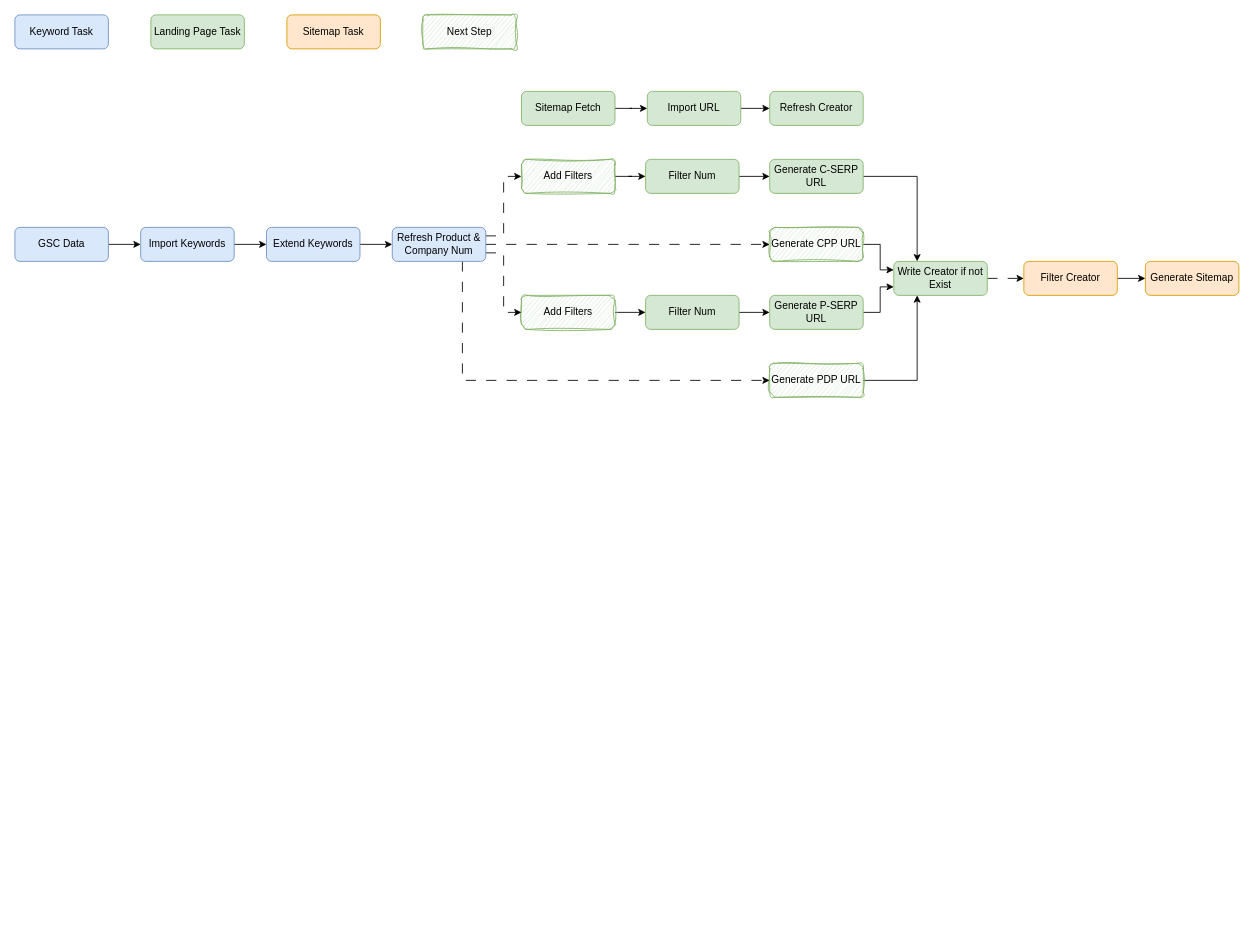
Above: drawio/ep_sitemap.drawio in VisableHarry/seo-drawio (draw.io), before the change. Source tidied: cells renumbered, new cells numbered last; positions are measured from the earlier drawing's top-left corner, leaving out a move shared by most shapes. Both pictures are drawn from the tidied source at 85%, with x=0, y=0 at pixel (14, 14).
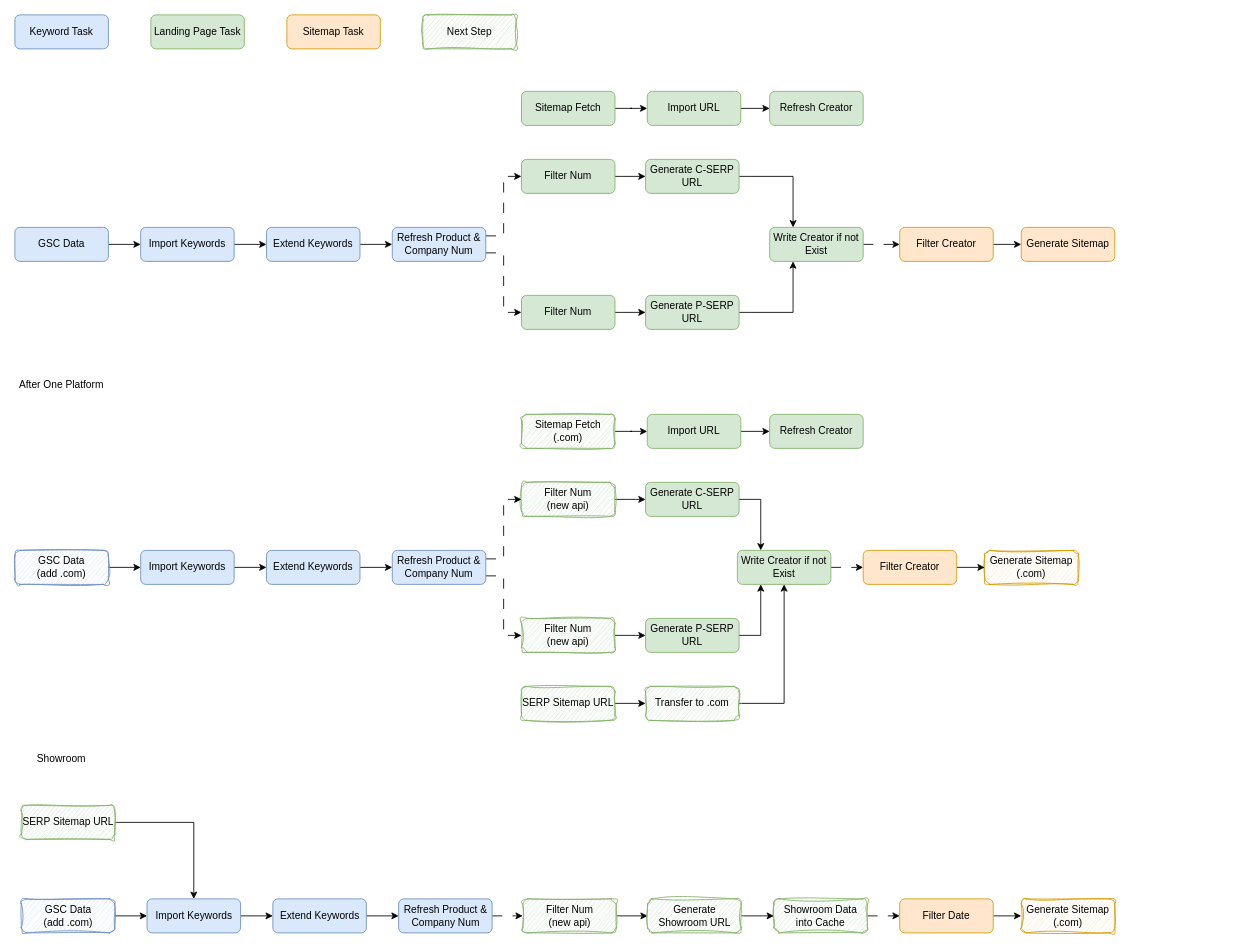
Above is the later version.

The change refers to these unchanged cells:
```xml
<mxCell id="42" value="Refresh Product &amp;amp; Company Num" style="rounded=1;whiteSpace=wrap;html=1;fillColor=#dae8fc;strokeColor=#6c8ebf;" parent="1" vertex="1">
  <mxGeometry x="444" y="250" width="110" height="40" as="geometry" />
</mxCell>
```

Diff of the diagram source:
```diff
@@
     <mxCell id="9" value="Filter Num" style="rounded=1;whiteSpace=wrap;html=1;fillColor=#d5e8d4;strokeColor=#82b366;" parent="1" vertex="1">
-      <mxGeometry x="742" y="170" width="110" height="40" as="geometry" />
+      <mxGeometry x="596" y="170" width="110" height="40" as="geometry" />
     </mxCell>
@@
     <mxCell id="11" value="Filter Num" style="rounded=1;whiteSpace=wrap;html=1;fillColor=#d5e8d4;strokeColor=#82b366;" parent="1" vertex="1">
-      <mxGeometry x="742" y="330" width="110" height="40" as="geometry" />
+      <mxGeometry x="596" y="330" width="110" height="40" as="geometry" />
     </mxCell>
@@
     <mxCell id="13" value="Generate C-SERP URL" style="rounded=1;whiteSpace=wrap;html=1;fillColor=#d5e8d4;strokeColor=#82b366;" parent="1" vertex="1">
-      <mxGeometry x="888" y="170" width="110" height="40" as="geometry" />
+      <mxGeometry x="742" y="170" width="110" height="40" as="geometry" />
     </mxCell>
-    <mxCell id="14" style="edgeStyle=orthogonalEdgeStyle;rounded=0;jettySize=auto;html=1;exitX=1;exitY=0.5;exitDx=0;exitDy=0;entryX=0;entryY=0.75;entryDx=0;entryDy=0;" parent="1" edge="1" source="15" target="19">
+    <mxCell id="14" style="edgeStyle=orthogonalEdgeStyle;rounded=0;jettySize=auto;html=1;exitX=1;exitY=0.5;exitDx=0;exitDy=0;entryX=0.25;entryY=1;entryDx=0;entryDy=0;" parent="1" edge="1" source="15" target="19">
       <mxGeometry relative="1" as="geometry" />
     </mxCell>
     <mxCell id="15" value="Generate P-SERP URL" style="rounded=1;whiteSpace=wrap;html=1;fillColor=#d5e8d4;strokeColor=#82b366;" parent="1" vertex="1">
-      <mxGeometry x="888" y="330" width="110" height="40" as="geometry" />
+      <mxGeometry x="742" y="330" width="110" height="40" as="geometry" />
     </mxCell>
@@
     <mxCell id="19" value="Write Creator if not Exist" style="rounded=1;whiteSpace=wrap;html=1;fillColor=#d5e8d4;strokeColor=#82b366;" parent="1" vertex="1">
-      <mxGeometry x="1034" y="290" width="110" height="40" as="geometry" />
+      <mxGeometry x="888" y="250" width="110" height="40" as="geometry" />
     </mxCell>
     <mxCell id="20" value="Generate Sitemap" style="rounded=1;whiteSpace=wrap;html=1;fillColor=#ffe6cc;strokeColor=#d79b00;" parent="1" vertex="1">
-      <mxGeometry x="1330" y="290" width="110" height="40" as="geometry" />
+      <mxGeometry x="1184" y="250" width="110" height="40" as="geometry" />
     </mxCell>
-    <mxCell id="21" style="edgeStyle=orthogonalEdgeStyle;rounded=0;jettySize=auto;html=1;exitX=1;exitY=0.5;exitDx=0;exitDy=0;entryX=0;entryY=0.5;entryDx=0;entryDy=0;" parent="1" edge="1" source="22" target="11">
-      <mxGeometry relative="1" as="geometry" />
-    </mxCell>
-    <mxCell id="22" value="Add Filters" style="rounded=1;whiteSpace=wrap;html=1;fillColor=#d5e8d4;strokeColor=#82b366;sketch=1;curveFitting=1;jiggle=2;" parent="1" vertex="1">
-      <mxGeometry x="596" y="330" width="110" height="40" as="geometry" />
-    </mxCell>
-    <mxCell id="23" style="edgeStyle=orthogonalEdgeStyle;rounded=0;jettySize=auto;html=1;exitX=1;exitY=0.5;exitDx=0;exitDy=0;" parent="1" edge="1" source="24" target="9">
-      <mxGeometry relative="1" as="geometry" />
-    </mxCell>
-    <mxCell id="24" value="Add Filters" style="rounded=1;whiteSpace=wrap;html=1;fillColor=#d5e8d4;strokeColor=#82b366;sketch=1;curveFitting=1;jiggle=2;gradientColor=none;" parent="1" vertex="1">
-      <mxGeometry x="596" y="170" width="110" height="40" as="geometry" />
-    </mxCell>
-    <mxCell id="25" style="edgeStyle=orthogonalEdgeStyle;rounded=0;jettySize=auto;html=1;exitX=1;exitY=0.5;exitDx=0;exitDy=0;entryX=0;entryY=0.25;entryDx=0;entryDy=0;" parent="1" edge="1" source="26" target="19">
-      <mxGeometry relative="1" as="geometry" />
-    </mxCell>
-    <mxCell id="26" value="Generate CPP URL" style="rounded=1;whiteSpace=wrap;html=1;fillColor=#d5e8d4;strokeColor=#82b366;sketch=1;curveFitting=1;jiggle=2;" parent="1" vertex="1">
-      <mxGeometry x="888" y="250" width="110" height="40" as="geometry" />
-    </mxCell>
-    <mxCell id="27" style="edgeStyle=orthogonalEdgeStyle;rounded=0;jettySize=auto;html=1;exitX=1;exitY=0.5;exitDx=0;exitDy=0;entryX=0.25;entryY=1;entryDx=0;entryDy=0;" parent="1" edge="1" source="28" target="19">
-      <mxGeometry relative="1" as="geometry" />
-    </mxCell>
-    <mxCell id="28" value="Generate PDP URL" style="rounded=1;whiteSpace=wrap;html=1;fillColor=#d5e8d4;strokeColor=#82b366;sketch=1;curveFitting=1;jiggle=2;" parent="1" vertex="1">
-      <mxGeometry x="888" y="410" width="110" height="40" as="geometry" />
-    </mxCell>
@@
     <mxCell id="36" value="Filter Creator" style="rounded=1;whiteSpace=wrap;html=1;fillColor=#ffe6cc;strokeColor=#d79b00;" parent="1" vertex="1">
-      <mxGeometry x="1187" y="290" width="110" height="40" as="geometry" />
+      <mxGeometry x="1041" y="250" width="110" height="40" as="geometry" />
     </mxCell>
@@
-    <mxCell id="38" style="edgeStyle=orthogonalEdgeStyle;rounded=0;jettySize=auto;html=1;exitX=1;exitY=0.25;exitDx=0;exitDy=0;entryX=0;entryY=0.5;entryDx=0;entryDy=0;dashed=1;dashPattern=12 12;" parent="1" edge="1" source="42" target="24">
-      <mxGeometry relative="1" as="geometry" />
-    </mxCell>
-    <mxCell id="39" style="edgeStyle=orthogonalEdgeStyle;rounded=0;jettySize=auto;html=1;exitX=1;exitY=0.75;exitDx=0;exitDy=0;entryX=0;entryY=0.5;entryDx=0;entryDy=0;dashed=1;dashPattern=12 12;" parent="1" edge="1" source="42" target="22">
-      <mxGeometry relative="1" as="geometry" />
-    </mxCell>
-    <mxCell id="40" style="edgeStyle=orthogonalEdgeStyle;rounded=0;jettySize=auto;html=1;exitX=1;exitY=0.5;exitDx=0;exitDy=0;entryX=0;entryY=0.5;entryDx=0;entryDy=0;dashed=1;dashPattern=12 12;" parent="1" edge="1" source="42" target="26">
-      <mxGeometry relative="1" as="geometry" />
-    </mxCell>
-    <mxCell id="41" style="edgeStyle=orthogonalEdgeStyle;rounded=0;jettySize=auto;html=1;exitX=0.75;exitY=1;exitDx=0;exitDy=0;entryX=0;entryY=0.5;entryDx=0;entryDy=0;dashed=1;dashPattern=12 12;" parent="1" edge="1" source="42" target="28">
-      <mxGeometry relative="1" as="geometry" />
-    </mxCell>
+    <mxCell id="43" style="edgeStyle=orthogonalEdgeStyle;rounded=0;jettySize=auto;html=1;exitX=1;exitY=0.25;exitDx=0;exitDy=0;entryX=0;entryY=0.5;entryDx=0;entryDy=0;dashed=1;dashPattern=12 12;" parent="1" edge="1" source="42" target="9">
+      <mxGeometry relative="1" as="geometry" />
+    </mxCell>
+    <mxCell id="44" style="edgeStyle=orthogonalEdgeStyle;rounded=0;jettySize=auto;html=1;exitX=1;exitY=0.75;exitDx=0;exitDy=0;entryX=0;entryY=0.5;entryDx=0;entryDy=0;dashed=1;dashPattern=12 12;" parent="1" edge="1" source="42" target="11">
+      <mxGeometry relative="1" as="geometry" />
+    </mxCell>
@@
+    <mxCell id="45" value="After One Platform" style="text;html=1;align=center;verticalAlign=middle;whiteSpace=wrap;rounded=0;" parent="1" vertex="1">
+      <mxGeometry y="420" width="110" height="30" as="geometry" />
+    </mxCell>
+    <mxCell id="46" style="edgeStyle=orthogonalEdgeStyle;rounded=0;jettySize=auto;html=1;exitX=1;exitY=0.5;exitDx=0;exitDy=0;entryX=0;entryY=0.5;entryDx=0;entryDy=0;" parent="1" edge="1" source="47" target="49">
+      <mxGeometry relative="1" as="geometry" />
+    </mxCell>
+    <mxCell id="47" value="GSC Data&lt;div&gt;(add .com)&lt;/div&gt;" style="rounded=1;whiteSpace=wrap;html=1;fillColor=#dae8fc;strokeColor=#6c8ebf;sketch=1;curveFitting=1;jiggle=2;" parent="1" vertex="1">
+      <mxGeometry y="630" width="110" height="40" as="geometry" />
+    </mxCell>
+    <mxCell id="48" style="edgeStyle=orthogonalEdgeStyle;rounded=0;jettySize=auto;html=1;exitX=1;exitY=0.5;exitDx=0;exitDy=0;entryX=0;entryY=0.5;entryDx=0;entryDy=0;" parent="1" edge="1" source="49" target="51">
+      <mxGeometry relative="1" as="geometry" />
+    </mxCell>
+    <mxCell id="49" value="Import Keywords" style="rounded=1;whiteSpace=wrap;html=1;fillColor=#dae8fc;strokeColor=#6c8ebf;" parent="1" vertex="1">
+      <mxGeometry x="148" y="630" width="110" height="40" as="geometry" />
+    </mxCell>
+    <mxCell id="50" style="edgeStyle=orthogonalEdgeStyle;rounded=0;jettySize=auto;html=1;exitX=1;exitY=0.5;exitDx=0;exitDy=0;entryX=0;entryY=0.5;entryDx=0;entryDy=0;" parent="1" edge="1" source="51" target="72">
+      <mxGeometry relative="1" as="geometry" />
+    </mxCell>
+    <mxCell id="51" value="Extend Keywords" style="rounded=1;whiteSpace=wrap;html=1;fillColor=#dae8fc;strokeColor=#6c8ebf;" parent="1" vertex="1">
+      <mxGeometry x="296" y="630" width="110" height="40" as="geometry" />
+    </mxCell>
+    <mxCell id="52" style="edgeStyle=orthogonalEdgeStyle;rounded=0;jettySize=auto;html=1;exitX=1;exitY=0.5;exitDx=0;exitDy=0;entryX=0;entryY=0.5;entryDx=0;entryDy=0;" parent="1" edge="1" source="53" target="57">
+      <mxGeometry relative="1" as="geometry" />
+    </mxCell>
+    <mxCell id="53" value="Filter Num&lt;div&gt;(new api)&lt;/div&gt;" style="rounded=1;whiteSpace=wrap;html=1;fillColor=#d5e8d4;strokeColor=#82b366;sketch=1;curveFitting=1;jiggle=2;" parent="1" vertex="1">
+      <mxGeometry x="596" y="550" width="110" height="40" as="geometry" />
+    </mxCell>
+    <mxCell id="54" style="edgeStyle=orthogonalEdgeStyle;rounded=0;jettySize=auto;html=1;exitX=1;exitY=0.5;exitDx=0;exitDy=0;entryX=0;entryY=0.5;entryDx=0;entryDy=0;" parent="1" edge="1" source="55" target="59">
+      <mxGeometry relative="1" as="geometry" />
+    </mxCell>
+    <mxCell id="55" value="Filter Num&lt;div&gt;(new api)&lt;/div&gt;" style="rounded=1;whiteSpace=wrap;html=1;fillColor=#d5e8d4;strokeColor=#82b366;sketch=1;curveFitting=1;jiggle=2;" parent="1" vertex="1">
+      <mxGeometry x="596" y="710" width="110" height="40" as="geometry" />
+    </mxCell>
+    <mxCell id="56" style="edgeStyle=orthogonalEdgeStyle;rounded=0;jettySize=auto;html=1;exitX=1;exitY=0.5;exitDx=0;exitDy=0;entryX=0.25;entryY=0;entryDx=0;entryDy=0;" parent="1" edge="1" source="57" target="63">
+      <mxGeometry relative="1" as="geometry" />
+    </mxCell>
+    <mxCell id="57" value="Generate C-SERP URL" style="rounded=1;whiteSpace=wrap;html=1;fillColor=#d5e8d4;strokeColor=#82b366;" parent="1" vertex="1">
+      <mxGeometry x="742" y="550" width="110" height="40" as="geometry" />
+    </mxCell>
+    <mxCell id="58" style="edgeStyle=orthogonalEdgeStyle;rounded=0;jettySize=auto;html=1;exitX=1;exitY=0.5;exitDx=0;exitDy=0;entryX=0.25;entryY=1;entryDx=0;entryDy=0;" parent="1" edge="1" source="59" target="63">
+      <mxGeometry relative="1" as="geometry" />
+    </mxCell>
+    <mxCell id="59" value="Generate P-SERP URL" style="rounded=1;whiteSpace=wrap;html=1;fillColor=#d5e8d4;strokeColor=#82b366;" parent="1" vertex="1">
+      <mxGeometry x="742" y="710" width="110" height="40" as="geometry" />
+    </mxCell>
+    <mxCell id="60" style="edgeStyle=orthogonalEdgeStyle;rounded=0;jettySize=auto;html=1;exitX=1;exitY=0.5;exitDx=0;exitDy=0;fillColor=#d5e8d4;strokeColor=#000000;" parent="1" edge="1" source="61" target="66">
+      <mxGeometry relative="1" as="geometry" />
+    </mxCell>
+    <mxCell id="61" value="Sitemap Fetch&lt;div&gt;(.com)&lt;/div&gt;" style="rounded=1;whiteSpace=wrap;html=1;fillColor=#d5e8d4;strokeColor=#82b366;sketch=1;curveFitting=1;jiggle=2;" parent="1" vertex="1">
+      <mxGeometry x="596" y="470" width="110" height="40" as="geometry" />
+    </mxCell>
+    <mxCell id="62" style="edgeStyle=orthogonalEdgeStyle;rounded=0;jettySize=auto;html=1;exitX=1;exitY=0.5;exitDx=0;exitDy=0;entryX=0;entryY=0.5;entryDx=0;entryDy=0;dashed=1;dashPattern=12 12;" parent="1" edge="1" source="63" target="69">
+      <mxGeometry relative="1" as="geometry" />
+    </mxCell>
+    <mxCell id="63" value="Write Creator if not Exist" style="rounded=1;whiteSpace=wrap;html=1;fillColor=#d5e8d4;strokeColor=#82b366;" parent="1" vertex="1">
+      <mxGeometry x="850" y="630" width="110" height="40" as="geometry" />
+    </mxCell>
+    <mxCell id="64" value="Generate Sitemap&lt;div&gt;(.com)&lt;/div&gt;" style="rounded=1;whiteSpace=wrap;html=1;fillColor=#ffe6cc;strokeColor=#d79b00;sketch=1;curveFitting=1;jiggle=2;" parent="1" vertex="1">
+      <mxGeometry x="1141" y="630" width="110" height="40" as="geometry" />
+    </mxCell>
+    <mxCell id="65" style="edgeStyle=orthogonalEdgeStyle;rounded=0;jettySize=auto;html=1;exitX=1;exitY=0.5;exitDx=0;exitDy=0;entryX=0;entryY=0.5;entryDx=0;entryDy=0;fillColor=#d5e8d4;strokeColor=#000000;" parent="1" edge="1" source="66" target="67">
+      <mxGeometry relative="1" as="geometry" />
+    </mxCell>
+    <mxCell id="66" value="Import URL" style="rounded=1;whiteSpace=wrap;html=1;fillColor=#d5e8d4;strokeColor=#82b366;" parent="1" vertex="1">
+      <mxGeometry x="744" y="470" width="110" height="40" as="geometry" />
+    </mxCell>
+    <mxCell id="67" value="Refresh Creator" style="rounded=1;whiteSpace=wrap;html=1;fillColor=#d5e8d4;strokeColor=#82b366;" parent="1" vertex="1">
+      <mxGeometry x="888" y="470" width="110" height="40" as="geometry" />
+    </mxCell>
+    <mxCell id="68" style="edgeStyle=orthogonalEdgeStyle;rounded=0;jettySize=auto;html=1;exitX=1;exitY=0.5;exitDx=0;exitDy=0;entryX=0;entryY=0.5;entryDx=0;entryDy=0;" parent="1" edge="1" source="69" target="64">
+      <mxGeometry relative="1" as="geometry" />
+    </mxCell>
+    <mxCell id="69" value="Filter Creator" style="rounded=1;whiteSpace=wrap;html=1;fillColor=#ffe6cc;strokeColor=#d79b00;" parent="1" vertex="1">
+      <mxGeometry x="998" y="630" width="110" height="40" as="geometry" />
+    </mxCell>
+    <mxCell id="70" style="edgeStyle=orthogonalEdgeStyle;rounded=0;jettySize=auto;html=1;exitX=1;exitY=0.25;exitDx=0;exitDy=0;entryX=0;entryY=0.5;entryDx=0;entryDy=0;dashed=1;dashPattern=12 12;" parent="1" edge="1" source="72" target="53">
+      <mxGeometry relative="1" as="geometry" />
+    </mxCell>
+    <mxCell id="71" style="edgeStyle=orthogonalEdgeStyle;rounded=0;jettySize=auto;html=1;exitX=1;exitY=0.75;exitDx=0;exitDy=0;entryX=0;entryY=0.5;entryDx=0;entryDy=0;dashed=1;dashPattern=12 12;" parent="1" edge="1" source="72" target="55">
+      <mxGeometry relative="1" as="geometry" />
+    </mxCell>
+    <mxCell id="72" value="Refresh Product &amp;amp; Company Num" style="rounded=1;whiteSpace=wrap;html=1;fillColor=#dae8fc;strokeColor=#6c8ebf;" parent="1" vertex="1">
+      <mxGeometry x="444" y="630" width="110" height="40" as="geometry" />
+    </mxCell>
+    <mxCell id="73" style="edgeStyle=orthogonalEdgeStyle;rounded=0;jettySize=auto;html=1;exitX=1;exitY=0.5;exitDx=0;exitDy=0;entryX=0;entryY=0.5;entryDx=0;entryDy=0;" parent="1" edge="1" source="74" target="76">
+      <mxGeometry relative="1" as="geometry" />
+    </mxCell>
+    <mxCell id="74" value="SERP Sitemap URL" style="rounded=1;whiteSpace=wrap;html=1;fillColor=#d5e8d4;strokeColor=#82b366;sketch=1;curveFitting=1;jiggle=2;" parent="1" vertex="1">
+      <mxGeometry x="596" y="790" width="110" height="40" as="geometry" />
+    </mxCell>
+    <mxCell id="75" style="edgeStyle=orthogonalEdgeStyle;rounded=0;jettySize=auto;html=1;exitX=1;exitY=0.5;exitDx=0;exitDy=0;entryX=0.5;entryY=1;entryDx=0;entryDy=0;" parent="1" edge="1" source="76" target="63">
+      <mxGeometry relative="1" as="geometry" />
+    </mxCell>
+    <mxCell id="76" value="Transfer to .com" style="rounded=1;whiteSpace=wrap;html=1;fillColor=#d5e8d4;strokeColor=#82b366;sketch=1;curveFitting=1;jiggle=2;" parent="1" vertex="1">
+      <mxGeometry x="742" y="790" width="110" height="40" as="geometry" />
+    </mxCell>
+    <mxCell id="77" value="Showroom" style="text;html=1;align=center;verticalAlign=middle;whiteSpace=wrap;rounded=0;" parent="1" vertex="1">
+      <mxGeometry y="860" width="110" height="30" as="geometry" />
+    </mxCell>
+    <mxCell id="78" style="edgeStyle=orthogonalEdgeStyle;rounded=0;jettySize=auto;html=1;exitX=1;exitY=0.5;exitDx=0;exitDy=0;entryX=0;entryY=0.5;entryDx=0;entryDy=0;" parent="1" edge="1" source="79" target="81">
+      <mxGeometry relative="1" as="geometry" />
+    </mxCell>
+    <mxCell id="79" value="GSC Data&lt;div&gt;(add .com)&lt;/div&gt;" style="rounded=1;whiteSpace=wrap;html=1;fillColor=#dae8fc;strokeColor=#6c8ebf;sketch=1;curveFitting=1;jiggle=2;" parent="1" vertex="1">
+      <mxGeometry x="7.5" y="1040" width="110" height="40" as="geometry" />
+    </mxCell>
+    <mxCell id="80" style="edgeStyle=orthogonalEdgeStyle;rounded=0;jettySize=auto;html=1;exitX=1;exitY=0.5;exitDx=0;exitDy=0;entryX=0;entryY=0.5;entryDx=0;entryDy=0;" parent="1" edge="1" source="81" target="83">
+      <mxGeometry relative="1" as="geometry" />
+    </mxCell>
+    <mxCell id="81" value="Import Keywords" style="rounded=1;whiteSpace=wrap;html=1;fillColor=#dae8fc;strokeColor=#6c8ebf;" parent="1" vertex="1">
+      <mxGeometry x="155.5" y="1040" width="110" height="40" as="geometry" />
+    </mxCell>
+    <mxCell id="82" style="edgeStyle=orthogonalEdgeStyle;rounded=0;jettySize=auto;html=1;exitX=1;exitY=0.5;exitDx=0;exitDy=0;entryX=0;entryY=0.5;entryDx=0;entryDy=0;" parent="1" edge="1" source="83" target="94">
+      <mxGeometry relative="1" as="geometry" />
+    </mxCell>
+    <mxCell id="83" value="Extend Keywords" style="rounded=1;whiteSpace=wrap;html=1;fillColor=#dae8fc;strokeColor=#6c8ebf;" parent="1" vertex="1">
+      <mxGeometry x="303.5" y="1040" width="110" height="40" as="geometry" />
+    </mxCell>
+    <mxCell id="84" style="edgeStyle=orthogonalEdgeStyle;rounded=0;jettySize=auto;html=1;exitX=1;exitY=0.5;exitDx=0;exitDy=0;entryX=0;entryY=0.5;entryDx=0;entryDy=0;" parent="1" edge="1" source="85" target="87">
+      <mxGeometry relative="1" as="geometry" />
+    </mxCell>
+    <mxCell id="85" value="Filter Num&lt;div&gt;(new api)&lt;/div&gt;" style="rounded=1;whiteSpace=wrap;html=1;fillColor=#d5e8d4;strokeColor=#82b366;sketch=1;curveFitting=1;jiggle=2;" parent="1" vertex="1">
+      <mxGeometry x="597.5" y="1040" width="110" height="40" as="geometry" />
+    </mxCell>
+    <mxCell id="86" style="edgeStyle=orthogonalEdgeStyle;rounded=0;jettySize=auto;html=1;exitX=1;exitY=0.5;exitDx=0;exitDy=0;entryX=0;entryY=0.5;entryDx=0;entryDy=0;" parent="1" edge="1" source="87" target="89">
+      <mxGeometry relative="1" as="geometry" />
+    </mxCell>
+    <mxCell id="87" value="Generate Showroom URL" style="rounded=1;whiteSpace=wrap;html=1;fillColor=#d5e8d4;strokeColor=#82b366;sketch=1;curveFitting=1;jiggle=2;" parent="1" vertex="1">
+      <mxGeometry x="744.5" y="1040" width="110" height="40" as="geometry" />
+    </mxCell>
+    <mxCell id="88" style="edgeStyle=orthogonalEdgeStyle;rounded=0;jettySize=auto;html=1;exitX=1;exitY=0.5;exitDx=0;exitDy=0;entryX=0;entryY=0.5;entryDx=0;entryDy=0;dashed=1;dashPattern=12 12;" parent="1" edge="1" source="89" target="92">
+      <mxGeometry relative="1" as="geometry" />
+    </mxCell>
+    <mxCell id="89" value="Showroom Data into Cache" style="rounded=1;whiteSpace=wrap;html=1;fillColor=#d5e8d4;strokeColor=#82b366;sketch=1;curveFitting=1;jiggle=2;" parent="1" vertex="1">
+      <mxGeometry x="893" y="1040" width="110" height="40" as="geometry" />
+    </mxCell>
+    <mxCell id="90" value="Generate Sitemap&lt;div&gt;(.com)&lt;/div&gt;" style="rounded=1;whiteSpace=wrap;html=1;fillColor=#ffe6cc;strokeColor=#d79b00;sketch=1;curveFitting=1;jiggle=2;" parent="1" vertex="1">
+      <mxGeometry x="1184" y="1040" width="110" height="40" as="geometry" />
+    </mxCell>
+    <mxCell id="91" style="edgeStyle=orthogonalEdgeStyle;rounded=0;jettySize=auto;html=1;exitX=1;exitY=0.5;exitDx=0;exitDy=0;entryX=0;entryY=0.5;entryDx=0;entryDy=0;" parent="1" edge="1" source="92" target="90">
+      <mxGeometry relative="1" as="geometry" />
+    </mxCell>
+    <mxCell id="92" value="Filter Date" style="rounded=1;whiteSpace=wrap;html=1;fillColor=#ffe6cc;strokeColor=#d79b00;" parent="1" vertex="1">
+      <mxGeometry x="1041" y="1040" width="110" height="40" as="geometry" />
+    </mxCell>
+    <mxCell id="93" style="edgeStyle=orthogonalEdgeStyle;rounded=0;jettySize=auto;html=1;exitX=1;exitY=0.5;exitDx=0;exitDy=0;entryX=0;entryY=0.5;entryDx=0;entryDy=0;dashed=1;dashPattern=12 12;" parent="1" edge="1" source="94" target="85">
+      <mxGeometry relative="1" as="geometry" />
+    </mxCell>
+    <mxCell id="94" value="Refresh Product &amp;amp; Company Num" style="rounded=1;whiteSpace=wrap;html=1;fillColor=#dae8fc;strokeColor=#6c8ebf;" parent="1" vertex="1">
+      <mxGeometry x="451.5" y="1040" width="110" height="40" as="geometry" />
+    </mxCell>
+    <mxCell id="95" style="edgeStyle=orthogonalEdgeStyle;rounded=0;jettySize=auto;html=1;exitX=1;exitY=0.5;exitDx=0;exitDy=0;entryX=0.5;entryY=0;entryDx=0;entryDy=0;" parent="1" edge="1" source="96" target="81">
+      <mxGeometry relative="1" as="geometry" />
+    </mxCell>
+    <mxCell id="96" value="SERP Sitemap URL" style="rounded=1;whiteSpace=wrap;html=1;fillColor=#d5e8d4;strokeColor=#82b366;sketch=1;curveFitting=1;jiggle=2;" parent="1" vertex="1">
+      <mxGeometry x="7.5" y="930" width="110" height="40" as="geometry" />
+    </mxCell>
```
